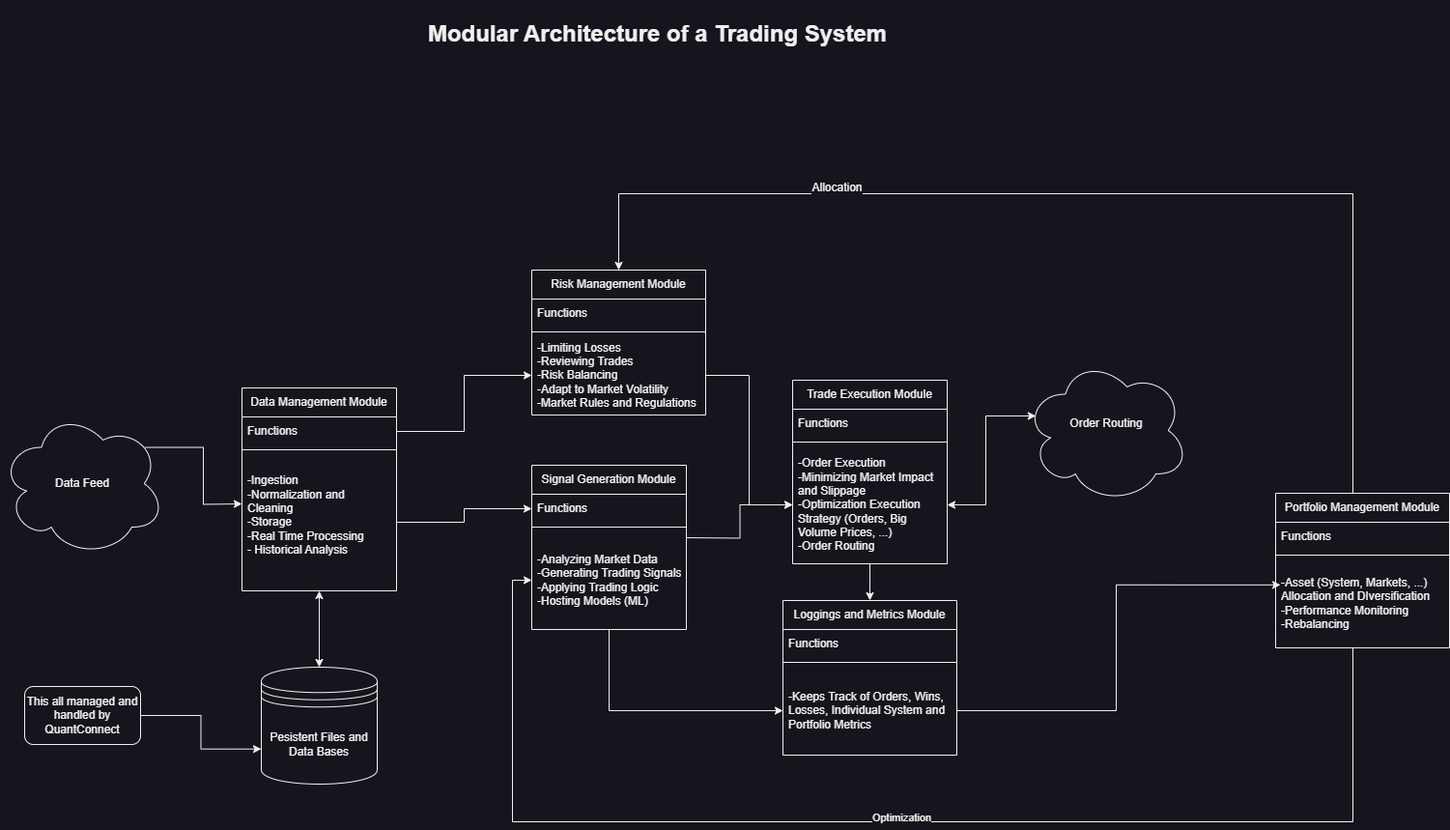
YassinKhanji/Portfolio_1 keeps this draw.io diagram as [Overview] Modular Architecture of a Trading System.drawio.png. Above is the earlier version. Source tidied: cells renumbered, new cells last; positions are measured from the earlier drawing's top-left corner, leaving out a move shared by most shapes.
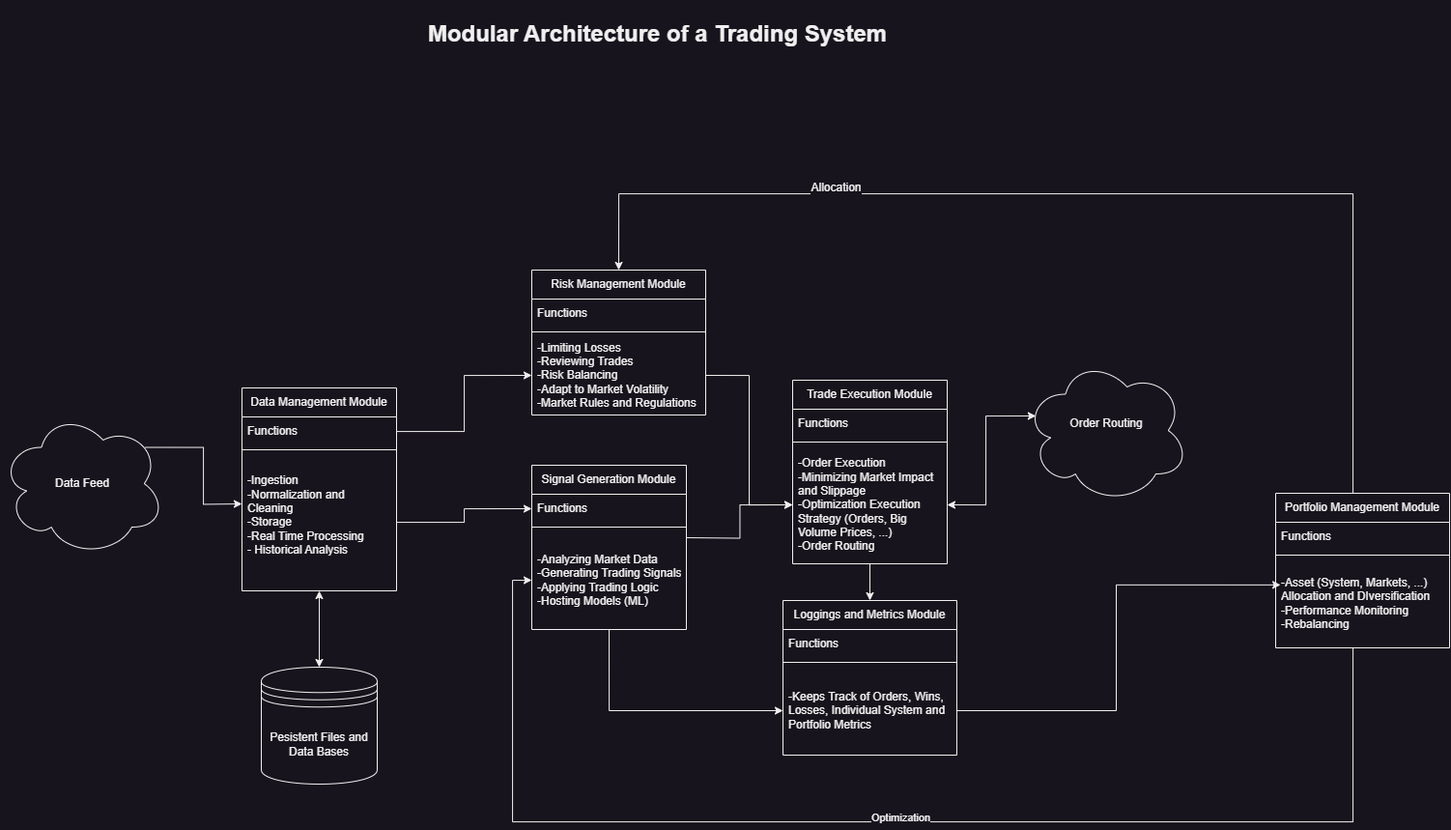
Later version of the same file.

What changed in the source:
```diff
@@ -134,12 +134,6 @@
     <mxCell id="40" value="Pesistent Files and Data Bases" style="shape=datastore;whiteSpace=wrap;html=1;" parent="1" vertex="1">
       <mxGeometry x="270" y="690" width="120" height="121" as="geometry" />
     </mxCell>
-    <mxCell id="41" style="edgeStyle=orthogonalEdgeStyle;rounded=0;jettySize=auto;html=1;exitX=1;exitY=0.5;exitDx=0;exitDy=0;entryX=0;entryY=0.7;entryDx=0;entryDy=0;fontFamily=Helvetica;fontSize=12;fontColor=default;" parent="1" edge="1" source="42" target="40">
-      <mxGeometry relative="1" as="geometry" />
-    </mxCell>
-    <mxCell id="42" value="This all managed and handled by QuantConnect" style="rounded=1;whiteSpace=wrap;html=1;fillColor=none;" parent="1" vertex="1">
-      <mxGeometry x="25" y="710" width="120" height="60" as="geometry" />
-    </mxCell>
     <mxCell id="43" style="edgeStyle=orthogonalEdgeStyle;rounded=0;jettySize=auto;html=1;entryX=0;entryY=0.5;entryDx=0;entryDy=0;" parent="1" edge="1" source="5" target="16">
       <mxGeometry relative="1" as="geometry" />
     </mxCell>
```
